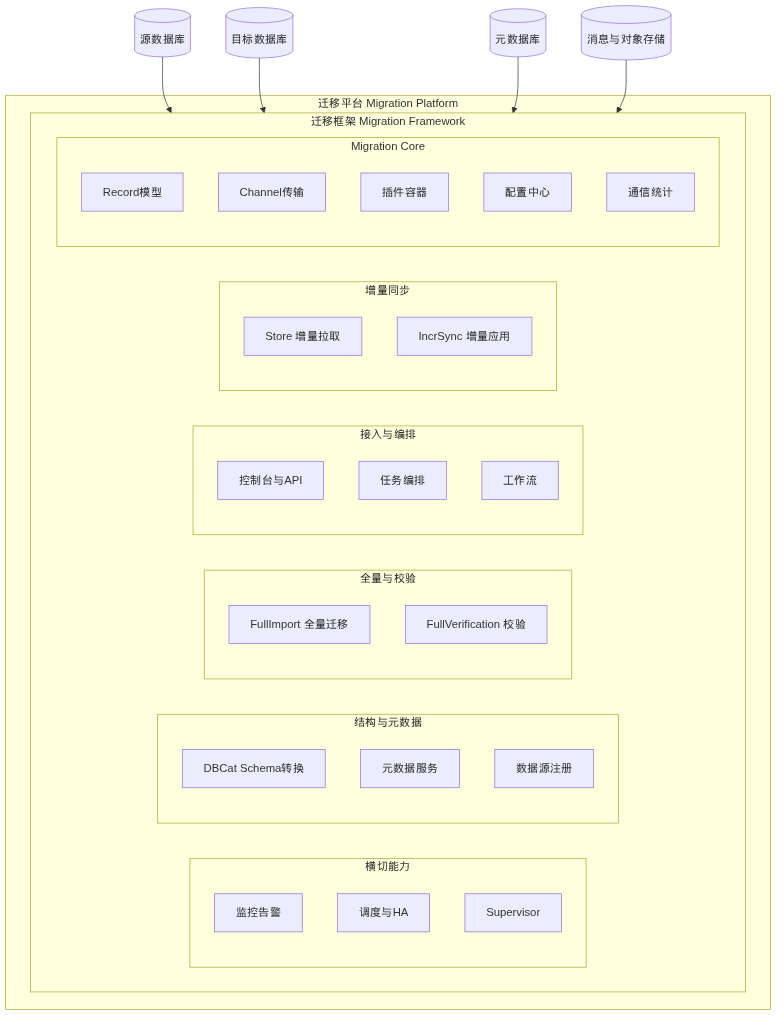
Earlier version of the Mermaid export doc/images/fig3-2-module-composition.png (program231/design). Its source is kept beside it as doc/diagrams/fig3-2-module-composition.mmd.
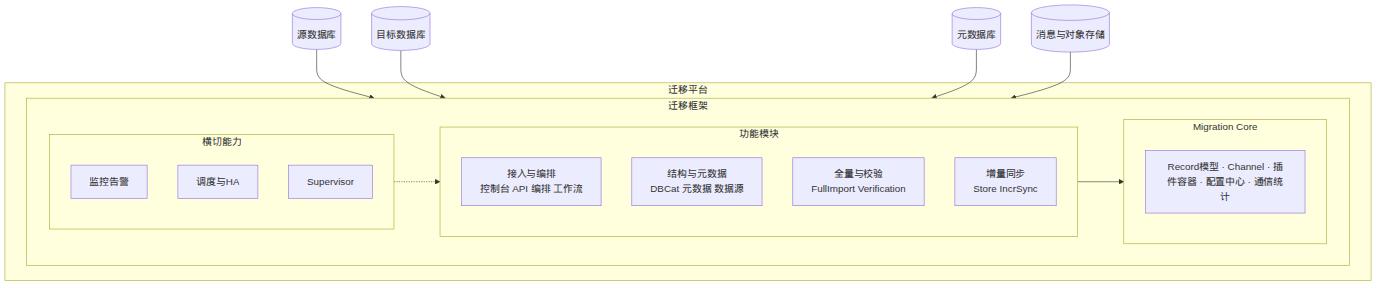
After the change.

Diff of the diagram source:
```diff
@@ -1,45 +1,29 @@
 flowchart TB
-    subgraph platform [迁移平台 Migration Platform]
-        subgraph framework [迁移框架 Migration Framework]
-            subgraph crossCut [横切能力]
-                Monitor[监控告警]
-                Scheduler[调度与HA]
-                Supervisor[Supervisor]
+    subgraph platform [迁移平台]
+        subgraph framework [迁移框架]
+            subgraph row1 [功能模块]
+                Access[接入与编排<br/>控制台 API 编排 工作流]
+                Schema[结构与元数据<br/>DBCat 元数据 数据源]
+                Batch[全量与校验<br/>FullImport Verification]
+                Incr[增量同步<br/>Store IncrSync]
             end
 
-            subgraph schemaBlock [结构与元数据]
-                DBCat[DBCat Schema转换]
-                MetaSvc[元数据服务]
-                DSReg[数据源注册]
-            end
-
-            subgraph batchBlock [全量与校验]
-                FullImport[FullImport 全量迁移]
-                Verify[FullVerification 校验]
-            end
-
-            subgraph accessBlock [接入与编排]
-                Console[控制台与API]
-                Orchestrator[任务编排]
-                Workflow[工作流]
-            end
-
-            subgraph incrBlock [增量同步]
-                Store[Store 增量拉取]
-                IncrSync[IncrSync 增量应用]
+            subgraph cross [横切能力]
+                Mon[监控告警]
+                Sched[调度与HA]
+                Sup[Supervisor]
             end
 
             subgraph core [Migration Core]
-                RecordModel[Record模型]
-                Channel[Channel传输]
-                PluginContainer[插件容器]
-                ConfigCenter[配置中心]
-                Stats[通信统计]
+                CoreItems[Record模型 · Channel · 插件容器 · 配置中心 · 通信统计]
             end
+
+            row1 --> core
+            cross -.-> row1
         end
     end
 
-    SourceDB[(源数据库)] --> framework
-    TargetDB[(目标数据库)] --> framework
-    MetaDB[(元数据库)] --> framework
-    Storage[(消息与对象存储)] --> framework
+    Source[(源数据库)] --> framework
+    Target[(目标数据库)] --> framework
+    Meta[(元数据库)] --> framework
+    StoreExt[(消息与对象存储)] --> framework
```
